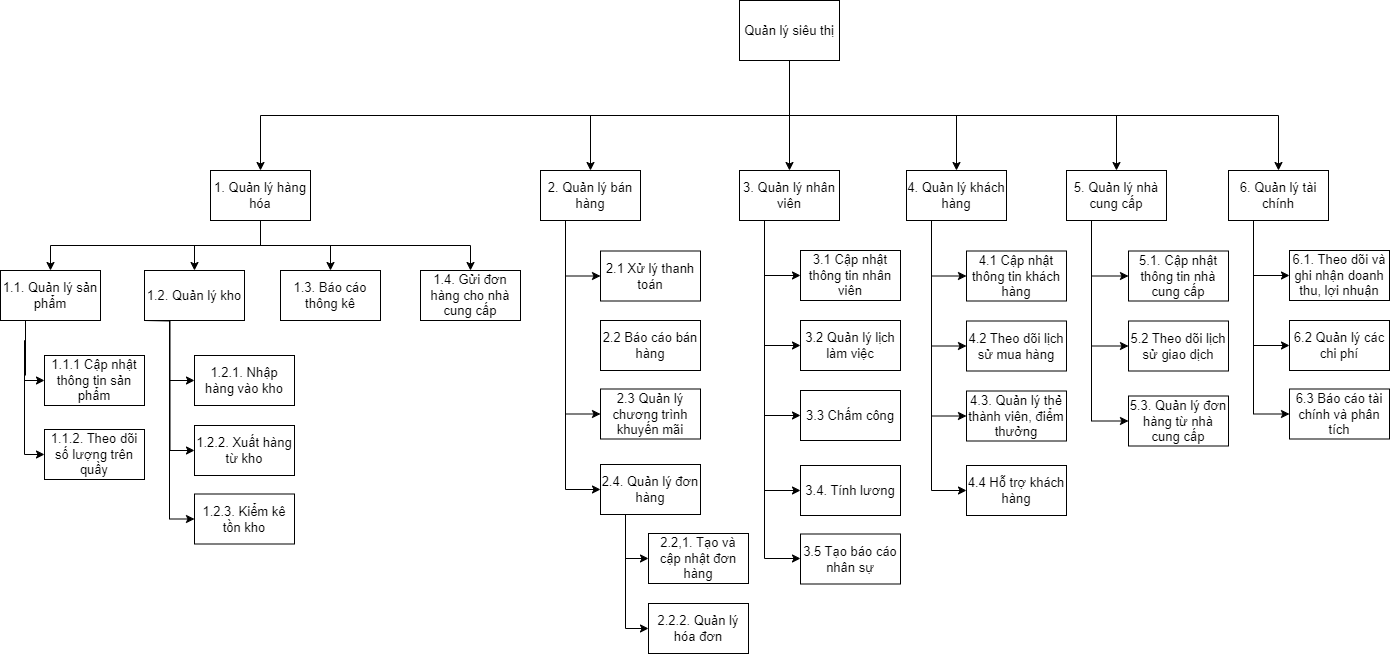
Earlier version of the draw.io export Sơ đồ phân rã chức năng.drawio.png (DatLe328/Phan-tich-thiet-ke-he-thong). Source tidied: cells renumbered, new cells last; positions are measured from the earlier drawing's top-left corner, leaving out a move shared by most shapes.
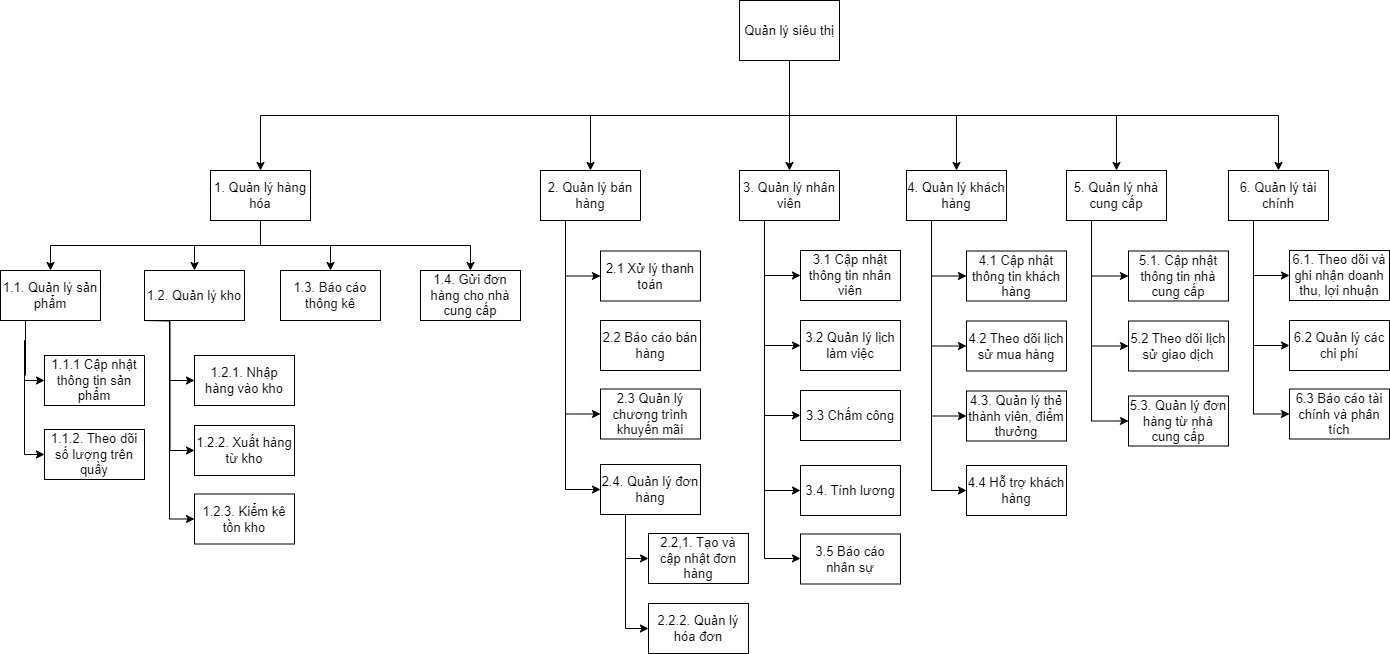
After the commit.

Commit message:
Cập nhật Sơ đồ phân rã chức năng.drawio.png

Change to the diagram source:
```diff
@@ -215,7 +215,7 @@
     <mxCell id="70" value="2.2 Báo cáo bán hàng" style="html=1;dashed=0;whiteSpace=wrap;fontSize=13;" parent="1" vertex="1">
       <mxGeometry x="600" y="320" width="100" height="50" as="geometry" />
     </mxCell>
-    <mxCell id="71" value="3.5 Tạo báo cáo nhân sự" style="html=1;dashed=0;whiteSpace=wrap;fontSize=13;" parent="1" vertex="1">
+    <mxCell id="71" value="3.5 Báo cáo nhân sự" style="html=1;dashed=0;whiteSpace=wrap;fontSize=13;" parent="1" vertex="1">
       <mxGeometry x="800" y="533.5" width="100" height="50" as="geometry" />
     </mxCell>
     <mxCell id="72" value="1.3. Báo cáo thông kê" style="html=1;dashed=0;whiteSpace=wrap;fontSize=13;" parent="1" vertex="1">
```
